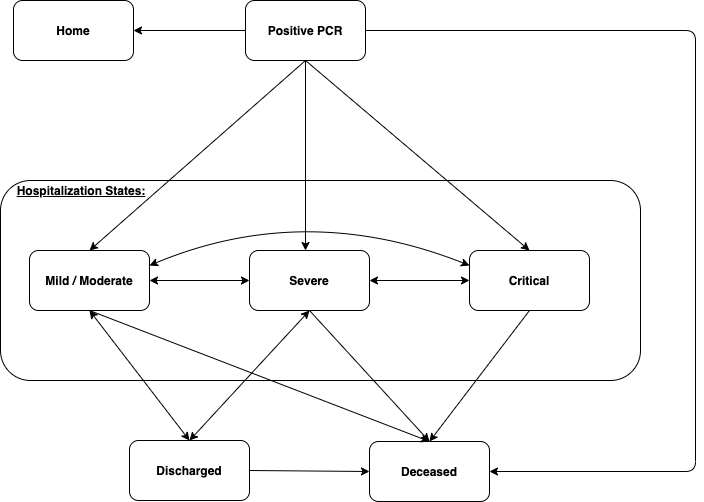
This is states_wave2.png from tomer1812/covid19-israel-multi-state-hospitalization-model, a draw.io export, as it was before one commit. Source tidied: cells renumbered, new cells last; positions are measured from the earlier drawing's top-left corner, leaving out a move shared by most shapes. Its diagram source:
```xml
<mxGraphModel>
  <root>
    <mxCell id="0" />
    <mxCell id="1" parent="0" />
    <mxCell id="2" style="rounded=1;whiteSpace=wrap;html=1;" parent="1" vertex="1">
      <mxGeometry y="180" width="640" height="200" as="geometry" />
    </mxCell>
    <mxCell id="3" value="&lt;b&gt;Mild / Moderate&lt;/b&gt;" style="rounded=1;whiteSpace=wrap;html=1;" parent="1" vertex="1">
      <mxGeometry x="29" y="250" width="120" height="60" as="geometry" />
    </mxCell>
    <mxCell id="4" value="&lt;b&gt;Severe&lt;/b&gt;" style="rounded=1;whiteSpace=wrap;html=1;" parent="1" vertex="1">
      <mxGeometry x="249" y="250" width="120" height="60" as="geometry" />
    </mxCell>
    <mxCell id="5" value="&lt;b&gt;Critical&lt;/b&gt;" style="rounded=1;whiteSpace=wrap;html=1;" parent="1" vertex="1">
      <mxGeometry x="469" y="250" width="120" height="60" as="geometry" />
    </mxCell>
    <mxCell id="6" value="&lt;u&gt;&lt;b&gt;Hospitalization States:&lt;/b&gt;&lt;/u&gt;" style="text;html=1;strokeColor=none;fillColor=none;align=center;verticalAlign=middle;whiteSpace=wrap;rounded=0;" parent="1" vertex="1">
      <mxGeometry x="13" y="180" width="136" height="20" as="geometry" />
    </mxCell>
    <mxCell id="7" value="&lt;b&gt;Deceased&lt;/b&gt;" style="rounded=1;whiteSpace=wrap;html=1;" parent="1" vertex="1">
      <mxGeometry x="369" y="441" width="120" height="60" as="geometry" />
    </mxCell>
    <mxCell id="8" value="&lt;b&gt;Discharged&lt;/b&gt;" style="rounded=1;whiteSpace=wrap;html=1;" parent="1" vertex="1">
      <mxGeometry x="129" y="440" width="120" height="60" as="geometry" />
    </mxCell>
    <mxCell id="9" value="&lt;b&gt;Positive PCR&lt;/b&gt;" style="rounded=1;whiteSpace=wrap;html=1;" parent="1" vertex="1">
      <mxGeometry x="245" width="120" height="60" as="geometry" />
    </mxCell>
    <mxCell id="10" style="endArrow=classic;html=1;exitX=0.5;exitY=1;exitDx=0;exitDy=0;" parent="1" edge="1" source="9">
      <mxGeometry relative="1" as="geometry">
        <mxPoint x="305" y="250" as="targetPoint" />
      </mxGeometry>
    </mxCell>
    <mxCell id="11" style="endArrow=classic;html=1;exitX=0.5;exitY=1;exitDx=0;exitDy=0;entryX=0.5;entryY=0;entryDx=0;entryDy=0;" parent="1" edge="1" source="9" target="5">
      <mxGeometry relative="1" as="geometry" />
    </mxCell>
    <mxCell id="12" style="endArrow=classic;html=1;entryX=0.5;entryY=0;entryDx=0;entryDy=0;" parent="1" edge="1" target="3">
      <mxGeometry relative="1" as="geometry">
        <mxPoint x="305" y="60" as="sourcePoint" />
      </mxGeometry>
    </mxCell>
    <mxCell id="13" value="&lt;b&gt;Home&lt;/b&gt;" style="rounded=1;whiteSpace=wrap;html=1;" parent="1" vertex="1">
      <mxGeometry x="13" width="120" height="60" as="geometry" />
    </mxCell>
    <mxCell id="14" style="endArrow=classic;html=1;entryX=1;entryY=0.5;entryDx=0;entryDy=0;exitX=0;exitY=0.5;exitDx=0;exitDy=0;" parent="1" edge="1" source="9" target="13">
      <mxGeometry relative="1" as="geometry" />
    </mxCell>
    <mxCell id="15" style="endArrow=classic;html=1;exitX=1;exitY=0.5;exitDx=0;exitDy=0;entryX=1;entryY=0.5;entryDx=0;entryDy=0;" parent="1" edge="1" source="9" target="7">
      <mxGeometry relative="1" as="geometry">
        <Array as="points">
          <mxPoint x="695" y="30" />
          <mxPoint x="695" y="471" />
        </Array>
      </mxGeometry>
    </mxCell>
    <mxCell id="16" style="endArrow=classic;html=1;exitX=0.5;exitY=1;exitDx=0;exitDy=0;entryX=0.5;entryY=0;entryDx=0;entryDy=0;" parent="1" edge="1" source="3" target="7">
      <mxGeometry relative="1" as="geometry" />
    </mxCell>
    <mxCell id="17" style="endArrow=classic;html=1;exitX=0.5;exitY=1;exitDx=0;exitDy=0;entryX=0.5;entryY=0;entryDx=0;entryDy=0;" parent="1" edge="1" source="4" target="7">
      <mxGeometry relative="1" as="geometry" />
    </mxCell>
    <mxCell id="18" style="endArrow=classic;html=1;exitX=0.5;exitY=1;exitDx=0;exitDy=0;entryX=0.5;entryY=0;entryDx=0;entryDy=0;" parent="1" edge="1" source="5" target="7">
      <mxGeometry relative="1" as="geometry" />
    </mxCell>
    <mxCell id="19" style="endArrow=classic;startArrow=classic;html=1;entryX=0.5;entryY=1;entryDx=0;entryDy=0;exitX=0.5;exitY=0;exitDx=0;exitDy=0;" parent="1" edge="1" source="8" target="3">
      <mxGeometry relative="1" as="geometry" />
    </mxCell>
    <mxCell id="20" style="endArrow=classic;startArrow=classic;html=1;entryX=0.5;entryY=1;entryDx=0;entryDy=0;exitX=0.5;exitY=0;exitDx=0;exitDy=0;" parent="1" edge="1" source="8" target="4">
      <mxGeometry relative="1" as="geometry" />
    </mxCell>
    <mxCell id="21" style="endArrow=classic;startArrow=classic;html=1;entryX=1;entryY=0.5;entryDx=0;entryDy=0;exitX=0;exitY=0.5;exitDx=0;exitDy=0;" parent="1" edge="1" source="4" target="3">
      <mxGeometry relative="1" as="geometry" />
    </mxCell>
    <mxCell id="22" style="endArrow=classic;startArrow=classic;html=1;entryX=0;entryY=0.5;entryDx=0;entryDy=0;exitX=1;exitY=0.5;exitDx=0;exitDy=0;" parent="1" edge="1" source="4" target="5">
      <mxGeometry relative="1" as="geometry" />
    </mxCell>
    <mxCell id="23" style="startArrow=classic;curved=1;endArrow=classic;html=1;exitX=1;exitY=0.25;exitDx=0;exitDy=0;entryX=0;entryY=0.25;entryDx=0;entryDy=0;" parent="1" edge="1" source="3" target="5">
      <mxGeometry relative="1" as="geometry">
        <Array as="points">
          <mxPoint x="305" y="200" />
        </Array>
      </mxGeometry>
    </mxCell>
    <mxCell id="24" style="endArrow=classic;html=1;exitX=1;exitY=0.5;exitDx=0;exitDy=0;entryX=0;entryY=0.5;entryDx=0;entryDy=0;" parent="1" edge="1" source="8" target="7">
      <mxGeometry relative="1" as="geometry" />
    </mxCell>
  </root>
</mxGraphModel>
```
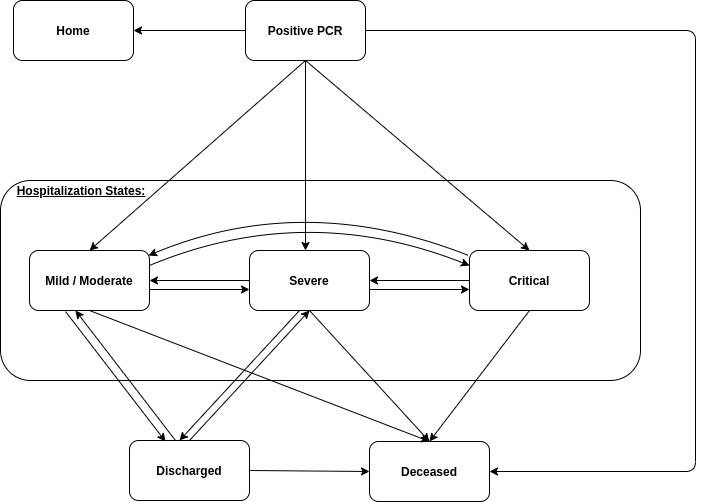
Above is the later version.

The edit, as a diff of the source:
```diff
@@ -62,20 +62,22 @@
     <mxCell id="18" style="endArrow=classic;html=1;exitX=0.5;exitY=1;exitDx=0;exitDy=0;entryX=0.5;entryY=0;entryDx=0;entryDy=0;" parent="1" edge="1" source="5" target="7">
       <mxGeometry relative="1" as="geometry" />
     </mxCell>
-    <mxCell id="19" style="endArrow=classic;startArrow=classic;html=1;entryX=0.5;entryY=1;entryDx=0;entryDy=0;exitX=0.5;exitY=0;exitDx=0;exitDy=0;" parent="1" edge="1" source="8" target="3">
-      <mxGeometry relative="1" as="geometry" />
+    <mxCell id="19" style="endArrow=classic;startArrow=none;html=1;entryX=0.5;entryY=1;entryDx=0;entryDy=0;exitX=0.5;exitY=0;exitDx=0;exitDy=0;startFill=0;" parent="1" edge="1">
+      <mxGeometry relative="1" as="geometry">
+        <mxPoint x="175" y="440" as="sourcePoint" />
+        <mxPoint x="75" y="310" as="targetPoint" />
+      </mxGeometry>
     </mxCell>
-    <mxCell id="20" style="endArrow=classic;startArrow=classic;html=1;entryX=0.5;entryY=1;entryDx=0;entryDy=0;exitX=0.5;exitY=0;exitDx=0;exitDy=0;" parent="1" edge="1" source="8" target="4">
+    <mxCell id="20" style="endArrow=classic;startArrow=none;html=1;entryX=0.5;entryY=1;entryDx=0;entryDy=0;exitX=0.5;exitY=0;exitDx=0;exitDy=0;endFill=1;startFill=0;" parent="1" edge="1" source="8" target="4">
       <mxGeometry relative="1" as="geometry" />
     </mxCell>
-    <mxCell id="21" style="endArrow=classic;startArrow=classic;html=1;entryX=1;entryY=0.5;entryDx=0;entryDy=0;exitX=0;exitY=0.5;exitDx=0;exitDy=0;" parent="1" edge="1" source="4" target="3">
+    <mxCell id="21" style="endArrow=classic;startArrow=none;html=1;entryX=1;entryY=0.5;entryDx=0;entryDy=0;exitX=0;exitY=0.5;exitDx=0;exitDy=0;startFill=0;" parent="1" edge="1" source="4" target="3">
       <mxGeometry relative="1" as="geometry" />
     </mxCell>
-    <mxCell id="22" style="endArrow=classic;startArrow=classic;html=1;entryX=0;entryY=0.5;entryDx=0;entryDy=0;exitX=1;exitY=0.5;exitDx=0;exitDy=0;" parent="1" edge="1" source="4" target="5">
-      <mxGeometry relative="1" as="geometry" />
-    </mxCell>
-    <mxCell id="23" style="startArrow=classic;curved=1;endArrow=classic;html=1;exitX=1;exitY=0.25;exitDx=0;exitDy=0;entryX=0;entryY=0.25;entryDx=0;entryDy=0;" parent="1" edge="1" source="3" target="5">
+    <mxCell id="23" style="startArrow=none;curved=1;endArrow=classic;html=1;exitX=1;exitY=0.25;exitDx=0;exitDy=0;entryX=0;entryY=0.25;entryDx=0;entryDy=0;startFill=0;" parent="1" edge="1">
       <mxGeometry relative="1" as="geometry">
+        <mxPoint x="149" y="265" as="sourcePoint" />
+        <mxPoint x="469" y="265" as="targetPoint" />
         <Array as="points">
           <mxPoint x="305" y="200" />
         </Array>
@@ -84,5 +86,44 @@
     <mxCell id="24" style="endArrow=classic;html=1;exitX=1;exitY=0.5;exitDx=0;exitDy=0;entryX=0;entryY=0.5;entryDx=0;entryDy=0;" parent="1" edge="1" source="8" target="7">
       <mxGeometry relative="1" as="geometry" />
     </mxCell>
+    <mxCell id="25" style="endArrow=none;startArrow=classic;html=1;entryX=0.5;entryY=1;entryDx=0;entryDy=0;exitX=0.5;exitY=0;exitDx=0;exitDy=0;startFill=1;endFill=0;" parent="1" edge="1">
+      <mxGeometry relative="1" as="geometry">
+        <mxPoint x="165" y="441" as="sourcePoint" />
+        <mxPoint x="65" y="311" as="targetPoint" />
+      </mxGeometry>
+    </mxCell>
+    <mxCell id="26" style="endArrow=none;startArrow=classic;html=1;entryX=0.5;entryY=1;entryDx=0;entryDy=0;exitX=0.5;exitY=0;exitDx=0;exitDy=0;endFill=0;" parent="1" edge="1">
+      <mxGeometry relative="1" as="geometry">
+        <mxPoint x="179" y="440" as="sourcePoint" />
+        <mxPoint x="299" y="310" as="targetPoint" />
+      </mxGeometry>
+    </mxCell>
+    <mxCell id="27" style="endArrow=none;startArrow=classic;html=1;entryX=1;entryY=0.5;entryDx=0;entryDy=0;exitX=0;exitY=0.5;exitDx=0;exitDy=0;endFill=0;" parent="1" edge="1">
+      <mxGeometry relative="1" as="geometry">
+        <mxPoint x="249" y="289" as="sourcePoint" />
+        <mxPoint x="149" y="289" as="targetPoint" />
+      </mxGeometry>
+    </mxCell>
+    <mxCell id="28" style="endArrow=classic;startArrow=none;html=1;entryX=1;entryY=0.5;entryDx=0;entryDy=0;exitX=0;exitY=0.5;exitDx=0;exitDy=0;startFill=0;" parent="1" edge="1">
+      <mxGeometry relative="1" as="geometry">
+        <mxPoint x="469" y="280" as="sourcePoint" />
+        <mxPoint x="369" y="280" as="targetPoint" />
+      </mxGeometry>
+    </mxCell>
+    <mxCell id="29" style="endArrow=none;startArrow=classic;html=1;entryX=1;entryY=0.5;entryDx=0;entryDy=0;exitX=0;exitY=0.5;exitDx=0;exitDy=0;endFill=0;" parent="1" edge="1">
+      <mxGeometry relative="1" as="geometry">
+        <mxPoint x="469" y="289" as="sourcePoint" />
+        <mxPoint x="369" y="289" as="targetPoint" />
+      </mxGeometry>
+    </mxCell>
+    <mxCell id="30" style="startArrow=classic;curved=1;endArrow=none;html=1;exitX=1;exitY=0.25;exitDx=0;exitDy=0;entryX=0;entryY=0.25;entryDx=0;entryDy=0;endFill=0;" parent="1" edge="1">
+      <mxGeometry relative="1" as="geometry">
+        <mxPoint x="148" y="255" as="sourcePoint" />
+        <mxPoint x="468" y="255" as="targetPoint" />
+        <Array as="points">
+          <mxPoint x="304" y="190" />
+        </Array>
+      </mxGeometry>
+    </mxCell>
   </root>
 </mxGraphModel>
```
